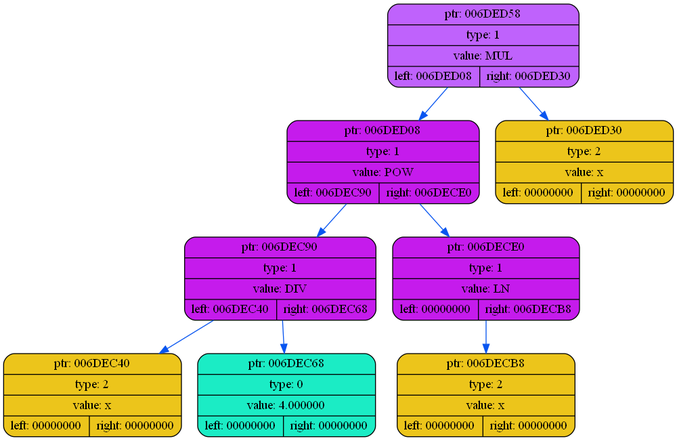
Earlier version of the Graphviz export dump/dump1.png (coffee8cat/differentiator). Its source is kept beside it as dump/dump1.dot.
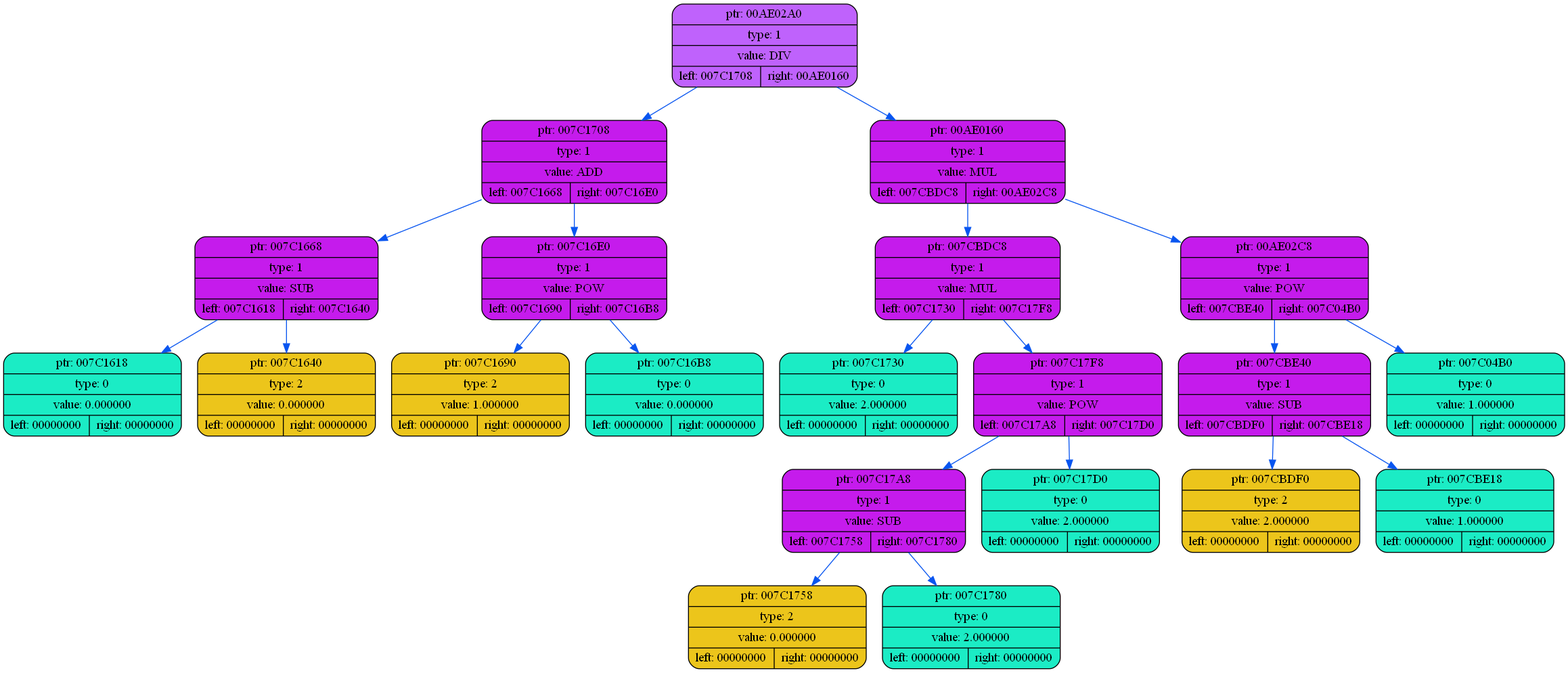
After the commit.

What changed in the source:
```diff
@@ -2,19 +2,45 @@
 {
     rankdir=TP
 
-        node006DED58[shape=record,style="rounded,filled",fillcolor="#BF62FC",label="{ ptr: 006DED58 | type: 1 | value: MUL| { left: 006DED08 | right: 006DED30 }}"];
-    node006DED58 -> node006DED08[color="#0855F0"]
-    node006DED08[shape=record,style="rounded,filled",fillcolor="#C51BEC",label="{ ptr: 006DED08 | type: 1 | value: POW| { left: 006DEC90 | right: 006DECE0 }}"];
-    node006DED08 -> node006DEC90[color="#0855F0"]
-    node006DEC90[shape=record,style="rounded,filled",fillcolor="#C51BEC",label="{ ptr: 006DEC90 | type: 1 | value: DIV| { left: 006DEC40 | right: 006DEC68 }}"];
-    node006DEC90 -> node006DEC40[color="#0855F0"]
-    node006DEC40[shape=record,style="rounded,filled",fillcolor="#ECC51B",label="{ ptr: 006DEC40 | type: 2 | value: x| { left: 00000000 | right: 00000000 }}"];
-    node006DEC90 -> node006DEC68[color="#0855F0"]
-    node006DEC68[shape=record,style="rounded,filled",fillcolor="#1BECC5",label="{ ptr: 006DEC68 | type: 0 | value: 4.000000| { left: 00000000 | right: 00000000 }}"];
-    node006DED08 -> node006DECE0[color="#0855F0"]
-    node006DECE0[shape=record,style="rounded,filled",fillcolor="#C51BEC",label="{ ptr: 006DECE0 | type: 1 | value: LN| { left: 00000000 | right: 006DECB8 }}"];
-    node006DECE0 -> node006DECB8[color="#0855F0"]
-    node006DECB8[shape=record,style="rounded,filled",fillcolor="#ECC51B",label="{ ptr: 006DECB8 | type: 2 | value: x| { left: 00000000 | right: 00000000 }}"];
-    node006DED58 -> node006DED30[color="#0855F0"]
-    node006DED30[shape=record,style="rounded,filled",fillcolor="#ECC51B",label="{ ptr: 006DED30 | type: 2 | value: x| { left: 00000000 | right: 00000000 }}"];
+        node00AE02A0[shape=record,style="rounded,filled",fillcolor="#BF62FC",label="{ ptr: 00AE02A0 | type: 1 | value: DIV| { left: 007C1708 | right: 00AE0160 }}"];
+    node00AE02A0 -> node007C1708[color="#0855F0"]
+    node007C1708[shape=record,style="rounded,filled",fillcolor="#C51BEC",label="{ ptr: 007C1708 | type: 1 | value: ADD| { left: 007C1668 | right: 007C16E0 }}"];
+    node007C1708 -> node007C1668[color="#0855F0"]
+    node007C1668[shape=record,style="rounded,filled",fillcolor="#C51BEC",label="{ ptr: 007C1668 | type: 1 | value: SUB| { left: 007C1618 | right: 007C1640 }}"];
+    node007C1668 -> node007C1618[color="#0855F0"]
+    node007C1618[shape=record,style="rounded,filled",fillcolor="#1BECC5",label="{ ptr: 007C1618 | type: 0 | value: 0.000000| { left: 00000000 | right: 00000000 }}"];
+    node007C1668 -> node007C1640[color="#0855F0"]
+    node007C1640[shape=record,style="rounded,filled",fillcolor="#ECC51B",label="{ ptr: 007C1640 | type: 2 | value: 0.000000| { left: 00000000 | right: 00000000 }}"];
+    node007C1708 -> node007C16E0[color="#0855F0"]
+    node007C16E0[shape=record,style="rounded,filled",fillcolor="#C51BEC",label="{ ptr: 007C16E0 | type: 1 | value: POW| { left: 007C1690 | right: 007C16B8 }}"];
+    node007C16E0 -> node007C1690[color="#0855F0"]
+    node007C1690[shape=record,style="rounded,filled",fillcolor="#ECC51B",label="{ ptr: 007C1690 | type: 2 | value: 1.000000| { left: 00000000 | right: 00000000 }}"];
+    node007C16E0 -> node007C16B8[color="#0855F0"]
+    node007C16B8[shape=record,style="rounded,filled",fillcolor="#1BECC5",label="{ ptr: 007C16B8 | type: 0 | value: 0.000000| { left: 00000000 | right: 00000000 }}"];
+    node00AE02A0 -> node00AE0160[color="#0855F0"]
+    node00AE0160[shape=record,style="rounded,filled",fillcolor="#C51BEC",label="{ ptr: 00AE0160 | type: 1 | value: MUL| { left: 007CBDC8 | right: 00AE02C8 }}"];
+    node00AE0160 -> node007CBDC8[color="#0855F0"]
+    node007CBDC8[shape=record,style="rounded,filled",fillcolor="#C51BEC",label="{ ptr: 007CBDC8 | type: 1 | value: MUL| { left: 007C1730 | right: 007C17F8 }}"];
+    node007CBDC8 -> node007C1730[color="#0855F0"]
+    node007C1730[shape=record,style="rounded,filled",fillcolor="#1BECC5",label="{ ptr: 007C1730 | type: 0 | value: 2.000000| { left: 00000000 | right: 00000000 }}"];
+    node007CBDC8 -> node007C17F8[color="#0855F0"]
+    node007C17F8[shape=record,style="rounded,filled",fillcolor="#C51BEC",label="{ ptr: 007C17F8 | type: 1 | value: POW| { left: 007C17A8 | right: 007C17D0 }}"];
+    node007C17F8 -> node007C17A8[color="#0855F0"]
+    node007C17A8[shape=record,style="rounded,filled",fillcolor="#C51BEC",label="{ ptr: 007C17A8 | type: 1 | value: SUB| { left: 007C1758 | right: 007C1780 }}"];
+    node007C17A8 -> node007C1758[color="#0855F0"]
+    node007C1758[shape=record,style="rounded,filled",fillcolor="#ECC51B",label="{ ptr: 007C1758 | type: 2 | value: 0.000000| { left: 00000000 | right: 00000000 }}"];
+    node007C17A8 -> node007C1780[color="#0855F0"]
+    node007C1780[shape=record,style="rounded,filled",fillcolor="#1BECC5",label="{ ptr: 007C1780 | type: 0 | value: 2.000000| { left: 00000000 | right: 00000000 }}"];
+    node007C17F8 -> node007C17D0[color="#0855F0"]
+    node007C17D0[shape=record,style="rounded,filled",fillcolor="#1BECC5",label="{ ptr: 007C17D0 | type: 0 | value: 2.000000| { left: 00000000 | right: 00000000 }}"];
+    node00AE0160 -> node00AE02C8[color="#0855F0"]
+    node00AE02C8[shape=record,style="rounded,filled",fillcolor="#C51BEC",label="{ ptr: 00AE02C8 | type: 1 | value: POW| { left: 007CBE40 | right: 007C04B0 }}"];
+    node00AE02C8 -> node007CBE40[color="#0855F0"]
+    node007CBE40[shape=record,style="rounded,filled",fillcolor="#C51BEC",label="{ ptr: 007CBE40 | type: 1 | value: SUB| { left: 007CBDF0 | right: 007CBE18 }}"];
+    node007CBE40 -> node007CBDF0[color="#0855F0"]
+    node007CBDF0[shape=record,style="rounded,filled",fillcolor="#ECC51B",label="{ ptr: 007CBDF0 | type: 2 | value: 2.000000| { left: 00000000 | right: 00000000 }}"];
+    node007CBE40 -> node007CBE18[color="#0855F0"]
+    node007CBE18[shape=record,style="rounded,filled",fillcolor="#1BECC5",label="{ ptr: 007CBE18 | type: 0 | value: 1.000000| { left: 00000000 | right: 00000000 }}"];
+    node00AE02C8 -> node007C04B0[color="#0855F0"]
+    node007C04B0[shape=record,style="rounded,filled",fillcolor="#1BECC5",label="{ ptr: 007C04B0 | type: 0 | value: 1.000000| { left: 00000000 | right: 00000000 }}"];
 }
```
